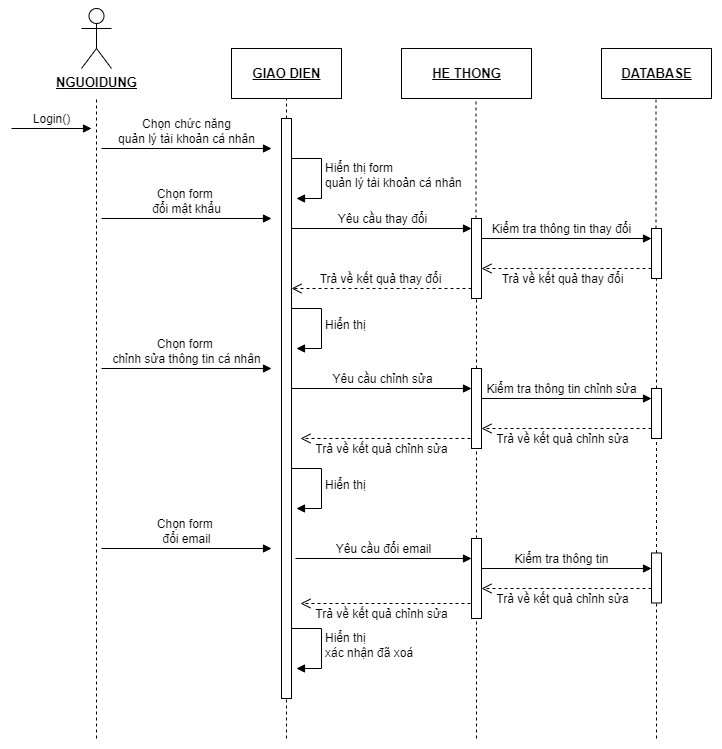
Before: SODO/TrinhTu/Quản lý tài khoản cá nhân.drawio.png, a diagram exported from draw.io (khuevotan/TaiCamRanh_DATN). Source tidied: cells renumbered, new cells last; positions are measured from the earlier drawing's top-left corner, leaving out a move shared by most shapes.
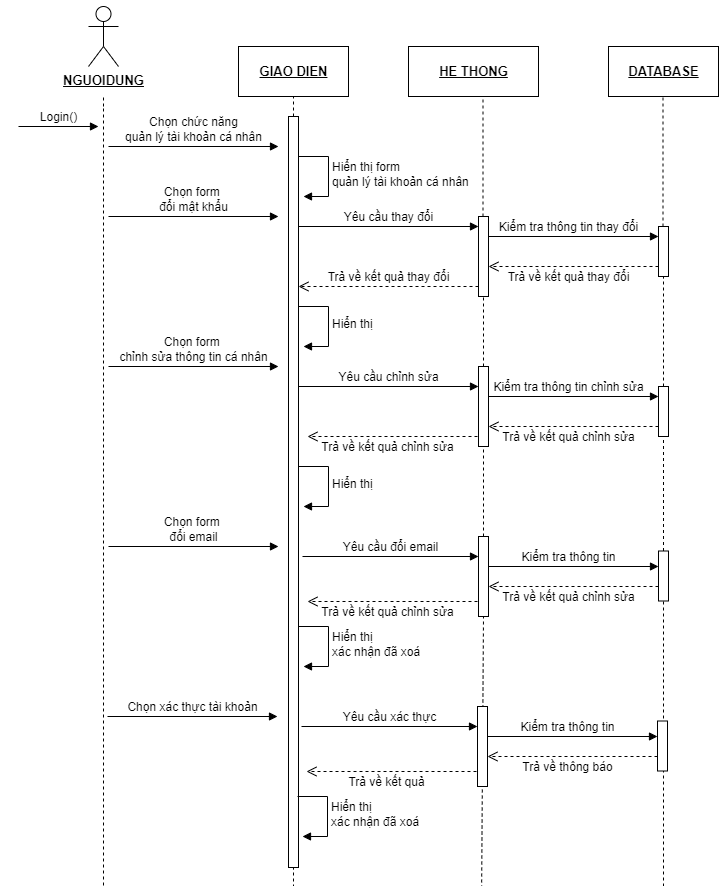
After the change.

Change to the diagram source:
```diff
@@ -173,16 +173,16 @@
     </mxCell>
     <mxCell id="30" style="endArrow=none;html=1;rounded=0;dashed=1;fontSize=12;" parent="1" edge="1">
       <mxGeometry relative="1" as="geometry">
-        <mxPoint x="85" y="730" as="sourcePoint" />
+        <mxPoint x="85" y="897" as="sourcePoint" />
         <mxPoint x="85" y="102" as="targetPoint" />
       </mxGeometry>
     </mxCell>
     <mxCell id="31" style="html=1;points=[];perimeter=orthogonalPerimeter;fontSize=12;" parent="1" vertex="1">
-      <mxGeometry x="270" y="110" width="10" height="580" as="geometry" />
+      <mxGeometry x="270" y="110" width="10" height="751" as="geometry" />
     </mxCell>
     <mxCell id="32" style="endArrow=none;html=1;rounded=0;entryX=0.5;entryY=1;entryDx=0;entryDy=0;dashed=1;fontSize=12;" parent="1" edge="1" target="31">
       <mxGeometry relative="1" as="geometry">
-        <mxPoint x="275" y="730" as="sourcePoint" />
+        <mxPoint x="275" y="899" as="sourcePoint" />
       </mxGeometry>
     </mxCell>
     <mxCell id="33" style="html=1;points=[];perimeter=orthogonalPerimeter;fontSize=12;" parent="1" vertex="1">
@@ -202,7 +202,7 @@
     </mxCell>
     <mxCell id="38" style="endArrow=none;html=1;rounded=0;entryX=0.5;entryY=1;entryDx=0;entryDy=0;dashed=1;fontSize=12;" parent="1" edge="1" target="37">
       <mxGeometry relative="1" as="geometry">
-        <mxPoint x="465" y="730" as="sourcePoint" />
+        <mxPoint x="463" y="900" as="sourcePoint" />
       </mxGeometry>
     </mxCell>
     <mxCell id="39" style="html=1;points=[];perimeter=orthogonalPerimeter;fontSize=12;" parent="1" vertex="1">
@@ -222,11 +222,55 @@
     </mxCell>
     <mxCell id="44" style="endArrow=none;html=1;rounded=0;entryX=0.5;entryY=1;entryDx=0;entryDy=0;dashed=1;fontSize=12;" parent="1" edge="1" target="43">
       <mxGeometry relative="1" as="geometry">
-        <mxPoint x="645" y="730" as="sourcePoint" />
+        <mxPoint x="645" y="898" as="sourcePoint" />
       </mxGeometry>
     </mxCell>
     <mxCell id="45" value="&lt;b style=&quot;font-size: 13px;&quot;&gt;&lt;u style=&quot;font-size: 13px;&quot;&gt;NGUOIDUNG&lt;br style=&quot;font-size: 13px;&quot;&gt;&lt;/u&gt;&lt;/b&gt;" style="shape=umlActor;verticalLabelPosition=bottom;verticalAlign=top;html=1;fontSize=13;" parent="1" vertex="1">
       <mxGeometry x="70" width="30" height="60" as="geometry" />
     </mxCell>
+    <mxCell id="46" value="Chọn xác thực tài khoản" style="html=1;verticalAlign=bottom;endArrow=block;rounded=0;fontSize=12;" parent="1" edge="1">
+      <mxGeometry relative="1" as="geometry">
+        <mxPoint x="89" y="710" as="sourcePoint" />
+        <mxPoint x="259" y="710" as="targetPoint" />
+      </mxGeometry>
+    </mxCell>
+    <mxCell id="47" value="Yêu cầu xác thực" style="html=1;verticalAlign=bottom;endArrow=block;rounded=0;entryX=0;entryY=0.25;entryDx=0;entryDy=0;entryPerimeter=0;fontSize=12;" parent="1" edge="1" target="52">
+      <mxGeometry relative="1" as="geometry">
+        <mxPoint x="283" y="720" as="sourcePoint" />
+      </mxGeometry>
+    </mxCell>
+    <mxCell id="48" value="Kiểm tra thông tin" style="html=1;verticalAlign=bottom;endArrow=block;rounded=0;fontSize=12;" parent="1" edge="1">
+      <mxGeometry x="-0.06" relative="1" as="geometry">
+        <mxPoint x="469" y="730" as="sourcePoint" />
+        <mxPoint x="639" y="730" as="targetPoint" />
+      </mxGeometry>
+    </mxCell>
+    <mxCell id="49" value="Trả về thông báo" style="html=1;verticalAlign=bottom;endArrow=open;dashed=1;endSize=8;rounded=0;fontSize=12;" parent="1" edge="1">
+      <mxGeometry x="0.06" y="20" relative="1" as="geometry">
+        <mxPoint x="639" y="750" as="sourcePoint" />
+        <mxPoint x="469" y="750" as="targetPoint" />
+      </mxGeometry>
+    </mxCell>
+    <mxCell id="50" value="Trả về kết quả" style="html=1;verticalAlign=bottom;endArrow=open;dashed=1;endSize=8;rounded=0;fontSize=12;" parent="1" edge="1">
+      <mxGeometry x="0.06" y="20" relative="1" as="geometry">
+        <mxPoint x="458" y="765" as="sourcePoint" />
+        <mxPoint x="288" y="765" as="targetPoint" />
+      </mxGeometry>
+    </mxCell>
+    <mxCell id="51" value="Hiển thị&amp;nbsp;&lt;br style=&quot;font-size: 12px;&quot;&gt;xác nhận đã xoá" style="edgeStyle=orthogonalEdgeStyle;html=1;align=left;spacingLeft=2;endArrow=block;rounded=0;fontSize=12;" parent="1" edge="1">
+      <mxGeometry relative="1" as="geometry">
+        <mxPoint x="279" y="790" as="sourcePoint" />
+        <mxPoint x="284" y="830" as="targetPoint" />
+        <Array as="points">
+          <mxPoint x="309" y="790" />
+        </Array>
+      </mxGeometry>
+    </mxCell>
+    <mxCell id="52" style="html=1;points=[];perimeter=orthogonalPerimeter;fontSize=12;" parent="1" vertex="1">
+      <mxGeometry x="459" y="700" width="10" height="80" as="geometry" />
+    </mxCell>
+    <mxCell id="53" style="html=1;perimeter=orthogonalPerimeter;fontSize=12;" parent="1" vertex="1">
+      <mxGeometry x="639" y="714.5" width="10" height="50" as="geometry" />
+    </mxCell>
   </root>
 </mxGraphModel>
```
